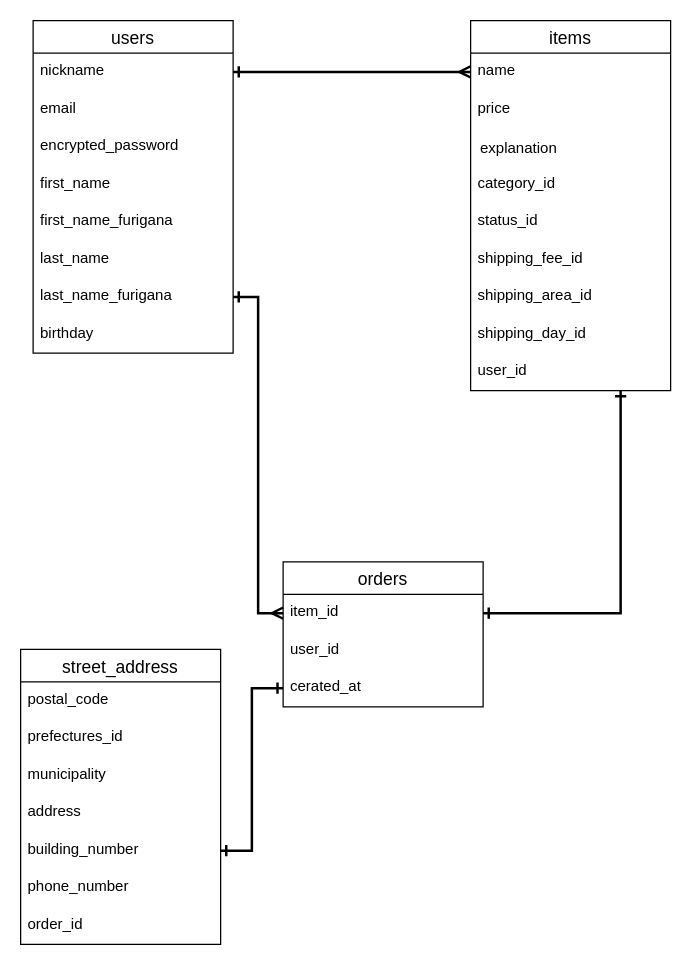
Before: app/ER.dio in tatsunori-koharu/furima-31710, a draw.io diagram. Source tidied: cells renumbered, new cells numbered last; positions are measured from the earlier drawing's top-left corner, leaving out a move shared by most shapes. Both pictures are drawn from the tidied source at 125%, with x=0, y=0 at pixel (20, 20).
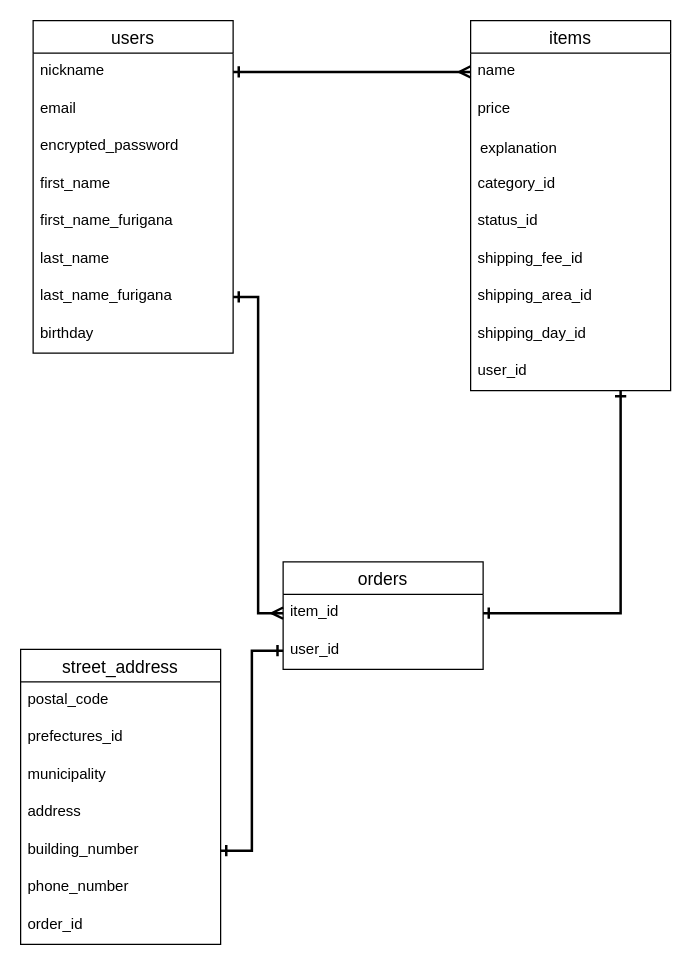
The same page after the edit.

Commit message (it also covers changes not shown here):
ER図及びREADME修正５回目

Unchanged cells that the change refers to:
```xml
<mxCell id="26" value="user_id" style="text;strokeColor=none;fillColor=none;spacingLeft=4;spacingRight=4;overflow=hidden;points=[[0,0.5],[1,0.5]];portConstraint=eastwest;fontSize=12;" parent="24" vertex="1">
  <mxGeometry y="56" width="160" height="30" as="geometry" />
</mxCell>
<mxCell id="33" value="building_number" style="text;strokeColor=none;fillColor=none;spacingLeft=4;spacingRight=4;overflow=hidden;points=[[0,0.5],[1,0.5]];portConstraint=eastwest;fontSize=12;" parent="28" vertex="1">
  <mxGeometry y="146" width="160" height="30" as="geometry" />
</mxCell>
```

Change to the diagram source:
```diff
@@
     <mxCell id="24" value="orders" style="swimlane;fontStyle=0;horizontal=1;startSize=26;align=center;fontSize=14;" parent="1" vertex="1">
-      <mxGeometry x="210" y="433" width="160" height="116" as="geometry" />
+      <mxGeometry x="210" y="433" width="160" height="86" as="geometry" />
     </mxCell>
@@
-    <mxCell id="27" value="cerated_at" style="text;strokeColor=none;fillColor=none;spacingLeft=4;spacingRight=4;overflow=hidden;points=[[0,0.5],[1,0.5]];portConstraint=eastwest;fontSize=12;" parent="24" vertex="1">
-      <mxGeometry y="86" width="160" height="30" as="geometry" />
-    </mxCell>
@@
-    <mxCell id="36" style="edgeStyle=orthogonalEdgeStyle;rounded=0;jettySize=auto;html=1;exitX=1;exitY=0.5;exitDx=0;exitDy=0;entryX=0;entryY=0.5;entryDx=0;entryDy=0;startArrow=ERone;startFill=0;endArrow=ERone;endFill=0;strokeWidth=2;" parent="1" edge="1" source="33" target="27">
+    <mxCell id="36" style="edgeStyle=orthogonalEdgeStyle;rounded=0;jettySize=auto;html=1;exitX=1;exitY=0.5;exitDx=0;exitDy=0;entryX=0;entryY=0.5;entryDx=0;entryDy=0;startArrow=ERone;startFill=0;endArrow=ERone;endFill=0;strokeWidth=2;" parent="1" edge="1" source="33" target="26">
       <mxGeometry relative="1" as="geometry" />
     </mxCell>
```
